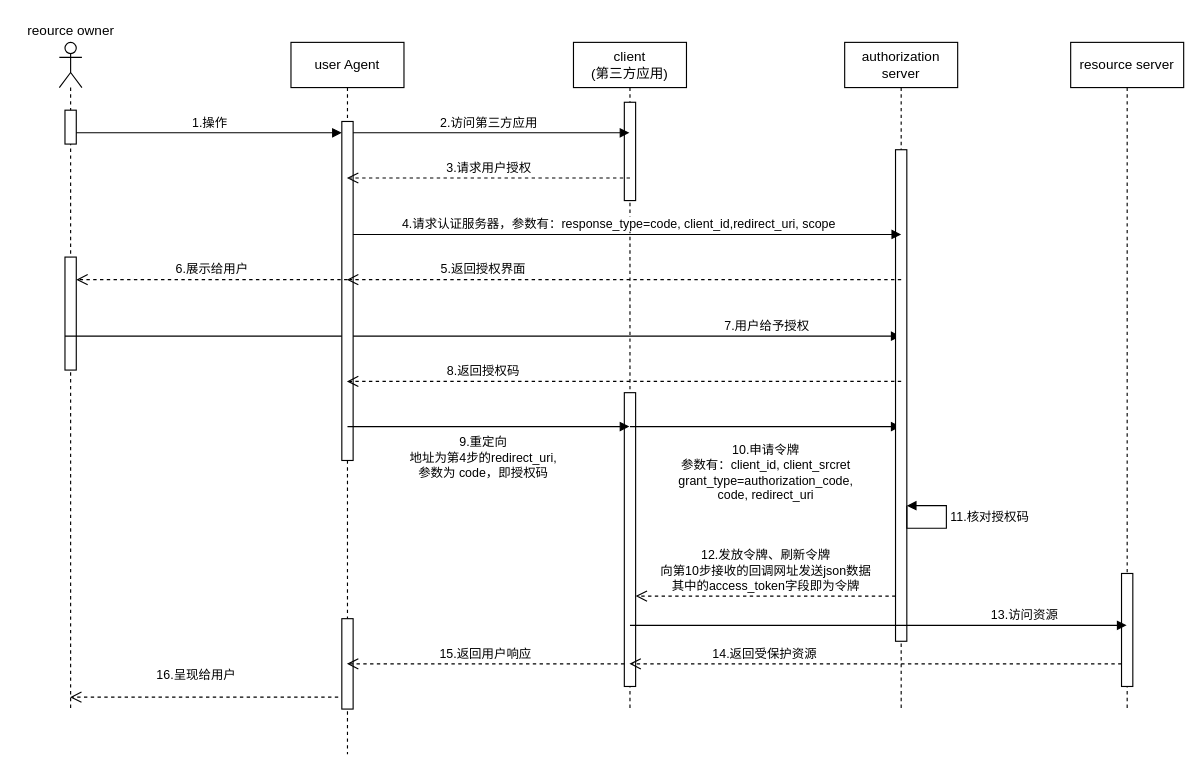
Earlier version of the draw.io diagram 时序图.drawio (wordlu/note-update). Source tidied: cells renumbered, new cells numbered last; positions are measured from the earlier drawing's top-left corner, leaving out a move shared by most shapes. Both pictures are drawn from the tidied source at 113%, with x=0, y=0 at pixel (19, 19).
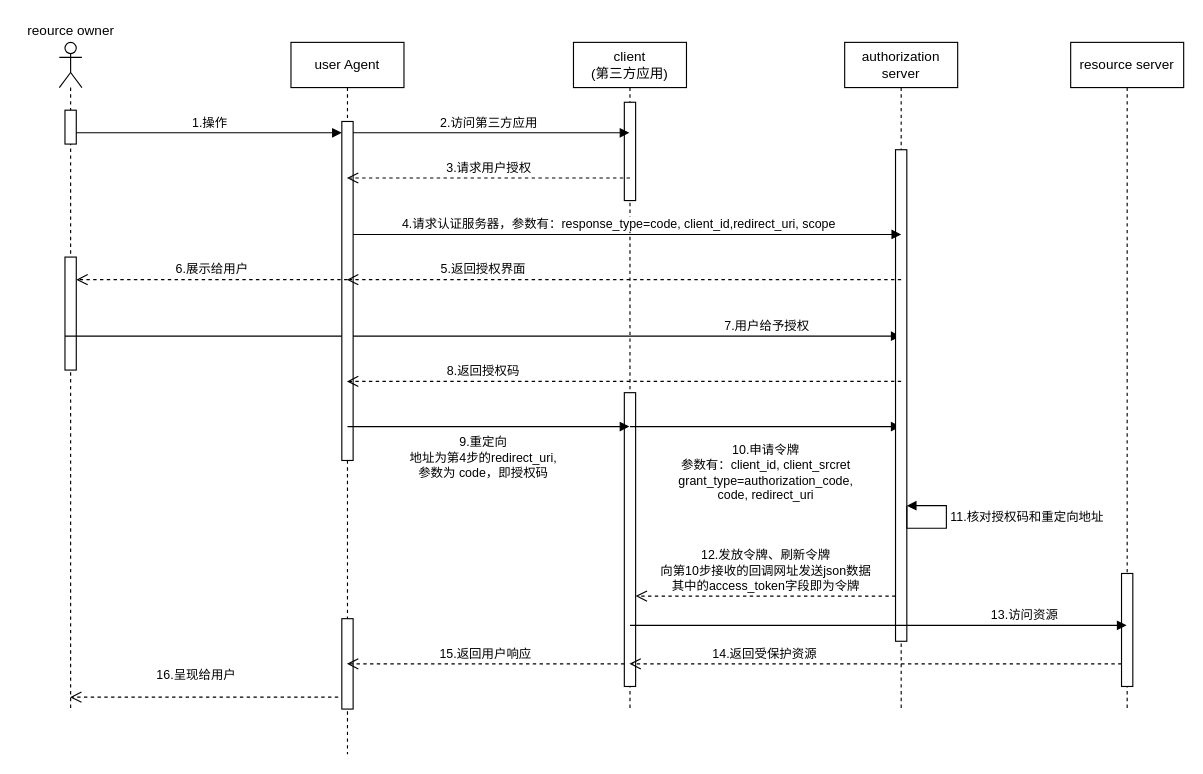
Above is the later version.

The change refers to these unchanged cells:
```xml
<mxCell id="12" value="authorization server" style="shape=umlLifeline;perimeter=lifelinePerimeter;whiteSpace=wrap;html=1;outlineConnect=0;" parent="1" vertex="1">
  <mxGeometry x="730" y="20" width="100" height="590" as="geometry" />
</mxCell>
```

What changed in the source:
```diff
@@
-    <mxCell id="14" value="11.核对授权码" style="edgeStyle=orthogonalEdgeStyle;html=1;align=left;spacingLeft=2;endArrow=block;rounded=0;" parent="12" edge="1">
+    <mxCell id="14" value="11.核对授权码和重定向地址" style="edgeStyle=orthogonalEdgeStyle;html=1;align=left;spacingLeft=2;endArrow=block;rounded=0;" parent="12" edge="1">
       <mxGeometry x="0.18" relative="1" as="geometry">
         <mxPoint x="55" y="410" as="sourcePoint" />
         <mxPoint x="55" y="410" as="targetPoint" />
         <Array as="points">
           <mxPoint x="55" y="430" />
           <mxPoint x="90" y="430" />
           <mxPoint x="90" y="410" />
         </Array>
       </mxGeometry>
     </mxCell>
```
